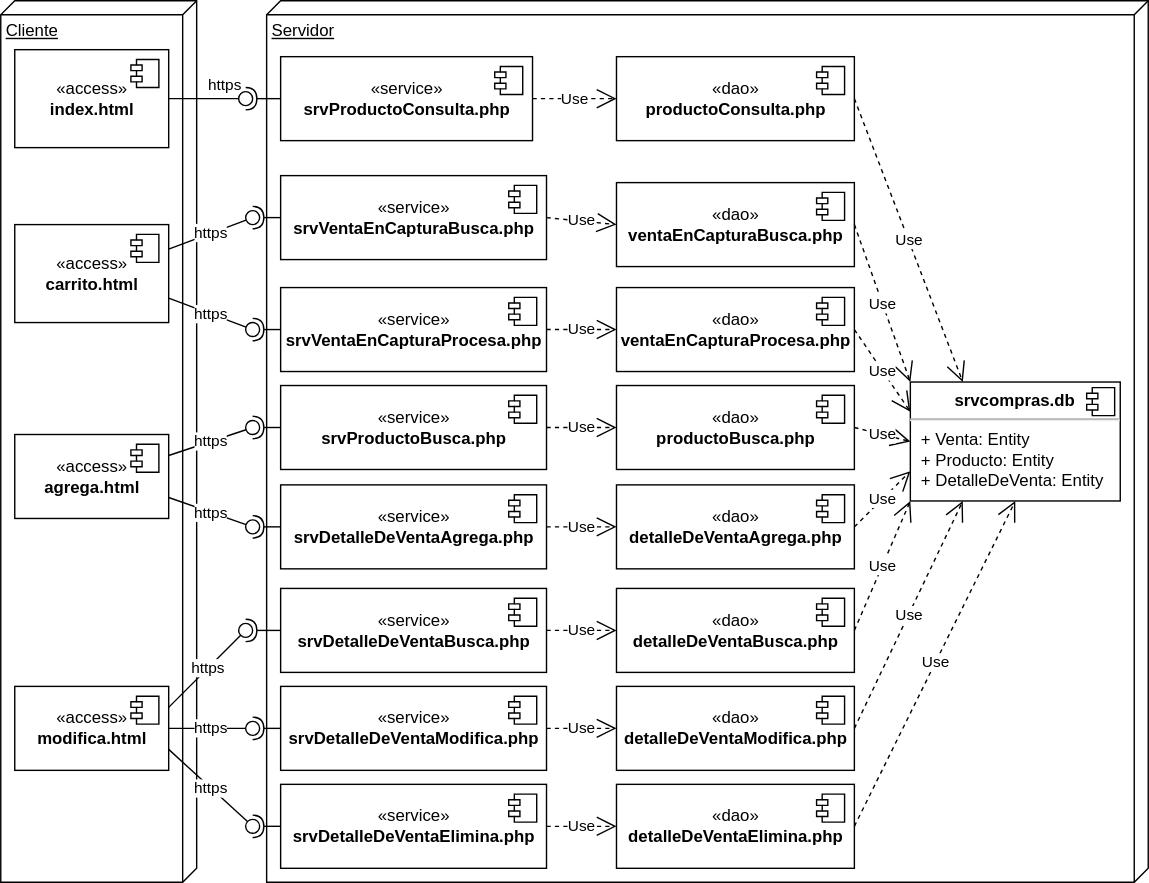
Before: img/m21compras/comprasdeploy.drawio.svg, a diagram exported from draw.io (gilpgawoas/gilpgawoas.github.io). Source tidied: cells renumbered, new cells last; positions are measured from the earlier drawing's top-left corner, leaving out a move shared by most shapes.
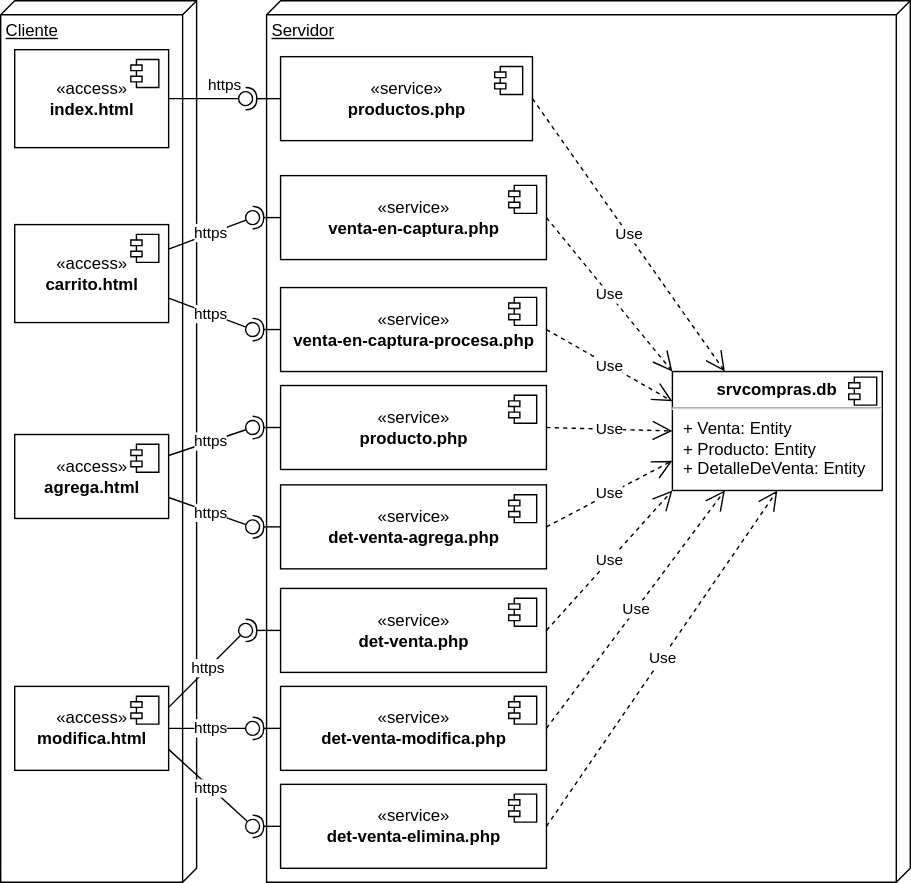
After the change.

What changed in the source:
```diff
@@ -14,9 +14,9 @@
       </mxGeometry>
     </mxCell>
     <mxCell id="5" value="Servidor" style="verticalAlign=top;align=left;spacingTop=8;spacingLeft=2;spacingRight=12;shape=cube;size=10;direction=south;fontStyle=4;html=1;" parent="1" vertex="1">
-      <mxGeometry x="190" width="630" height="630" as="geometry" />
+      <mxGeometry x="190" width="460" height="630" as="geometry" />
     </mxCell>
-    <mxCell id="6" value="«service»&lt;br&gt;&lt;b&gt;srvProductoConsulta.php&lt;/b&gt;" style="html=1;" parent="1" vertex="1">
+    <mxCell id="6" value="«service»&lt;br&gt;&lt;b&gt;productos.php&lt;/b&gt;" style="html=1;" parent="1" vertex="1">
       <mxGeometry x="200" y="40" width="180" height="60" as="geometry" />
     </mxCell>
     <mxCell id="7" style="shape=module;jettyWidth=8;jettyHeight=4;" parent="6" vertex="1">
@@ -24,70 +24,26 @@
         <mxPoint x="-27" y="7" as="offset" />
       </mxGeometry>
     </mxCell>
-    <mxCell id="8" value="«dao»&lt;br&gt;&lt;b&gt;detalleDeVentaAgrega.php&lt;/b&gt;" style="html=1;" parent="1" vertex="1">
-      <mxGeometry x="440" y="346" width="170" height="60" as="geometry" />
-    </mxCell>
-    <mxCell id="9" style="shape=module;jettyWidth=8;jettyHeight=4;" parent="8" vertex="1">
-      <mxGeometry x="1" width="20" height="20" relative="1" as="geometry">
-        <mxPoint x="-27" y="7" as="offset" />
-      </mxGeometry>
-    </mxCell>
-    <mxCell id="10" value="«dao»&lt;br&gt;&lt;b&gt;detalle&lt;/b&gt;&lt;b&gt;De&lt;/b&gt;&lt;b&gt;VentaBusca.php&lt;/b&gt;" style="html=1;" parent="1" vertex="1">
-      <mxGeometry x="440" y="420" width="170" height="60" as="geometry" />
-    </mxCell>
-    <mxCell id="11" style="shape=module;jettyWidth=8;jettyHeight=4;" parent="10" vertex="1">
-      <mxGeometry x="1" width="20" height="20" relative="1" as="geometry">
-        <mxPoint x="-27" y="7" as="offset" />
-      </mxGeometry>
-    </mxCell>
-    <mxCell id="12" value="Use" style="endArrow=open;endSize=12;dashed=1;html=1;rounded=0;entryX=0;entryY=0.5;entryDx=0;entryDy=0;exitX=1;exitY=0.5;exitDx=0;exitDy=0;" parent="1" edge="1" source="6" target="30">
-      <mxGeometry relative="1" as="geometry" />
-    </mxCell>
-    <mxCell id="13" value="Use" style="endArrow=open;endSize=12;dashed=1;html=1;rounded=0;entryX=0;entryY=0.5;entryDx=0;entryDy=0;exitX=1;exitY=0.5;exitDx=0;exitDy=0;" parent="1" edge="1" source="38" target="10">
-      <mxGeometry relative="1" as="geometry" />
-    </mxCell>
-    <mxCell id="14" value="Use" style="endArrow=open;endSize=12;dashed=1;html=1;rounded=0;exitX=1;exitY=0.5;exitDx=0;exitDy=0;entryX=0;entryY=0.75;entryDx=0;entryDy=0;" parent="1" edge="1" source="8" target="16">
+    <mxCell id="14" value="Use" style="endArrow=open;endSize=12;dashed=1;html=1;rounded=0;exitX=1;exitY=0.5;exitDx=0;exitDy=0;entryX=0;entryY=0.75;entryDx=0;entryDy=0;" parent="1" edge="1" source="36" target="16">
       <mxGeometry relative="1" as="geometry" />
     </mxCell>
-    <mxCell id="15" value="Use" style="endArrow=open;endSize=12;dashed=1;html=1;rounded=0;entryX=0;entryY=1;entryDx=0;entryDy=0;exitX=1;exitY=0.5;exitDx=0;exitDy=0;" parent="1" edge="1" source="10" target="16">
+    <mxCell id="15" value="Use" style="endArrow=open;endSize=12;dashed=1;html=1;rounded=0;entryX=0;entryY=1;entryDx=0;entryDy=0;exitX=1;exitY=0.5;exitDx=0;exitDy=0;" parent="1" edge="1" source="38" target="16">
       <mxGeometry relative="1" as="geometry" />
     </mxCell>
     <mxCell id="16" value="&lt;p style=&quot;margin:0px;margin-top:6px;text-align:center;&quot;&gt;&lt;b&gt;srvcompras.db&lt;/b&gt;&lt;/p&gt;&lt;hr&gt;&lt;p style=&quot;margin:0px;margin-left:8px;&quot;&gt;+ Venta: Entity&lt;/p&gt;&lt;p style=&quot;margin:0px;margin-left:8px;&quot;&gt;+ Producto: Entity&lt;/p&gt;&lt;p style=&quot;margin:0px;margin-left:8px;&quot;&gt;+ DetalleDeVenta: Entity&lt;/p&gt;" style="align=left;overflow=fill;html=1;" parent="1" vertex="1">
-      <mxGeometry x="650" y="272.5" width="150" height="85" as="geometry" />
+      <mxGeometry x="480" y="265" width="150" height="85" as="geometry" />
     </mxCell>
     <mxCell id="17" style="shape=component;jettyWidth=8;jettyHeight=4;" parent="16" vertex="1">
       <mxGeometry x="1" width="20" height="20" relative="1" as="geometry">
         <mxPoint x="-24" y="4" as="offset" />
       </mxGeometry>
     </mxCell>
-    <mxCell id="18" value="«dao»&lt;br&gt;&lt;b&gt;venta&lt;/b&gt;&lt;b&gt;EnCaptura&lt;/b&gt;&lt;b&gt;Busca.php&lt;/b&gt;" style="html=1;" parent="1" vertex="1">
-      <mxGeometry x="440" y="130" width="170" height="60" as="geometry" />
-    </mxCell>
-    <mxCell id="19" style="shape=module;jettyWidth=8;jettyHeight=4;" parent="18" vertex="1">
-      <mxGeometry x="1" width="20" height="20" relative="1" as="geometry">
-        <mxPoint x="-27" y="7" as="offset" />
-      </mxGeometry>
-    </mxCell>
-    <mxCell id="20" value="«dao»&lt;br&gt;&lt;b&gt;productoBusca.php&lt;/b&gt;" style="html=1;" parent="1" vertex="1">
-      <mxGeometry x="440" y="275" width="170" height="60" as="geometry" />
-    </mxCell>
-    <mxCell id="21" style="shape=module;jettyWidth=8;jettyHeight=4;" parent="20" vertex="1">
-      <mxGeometry x="1" width="20" height="20" relative="1" as="geometry">
-        <mxPoint x="-27" y="7" as="offset" />
-      </mxGeometry>
-    </mxCell>
-    <mxCell id="22" value="Use" style="endArrow=open;endSize=12;dashed=1;html=1;rounded=0;exitX=1;exitY=0.5;exitDx=0;exitDy=0;entryX=0;entryY=0;entryDx=0;entryDy=0;" parent="1" edge="1" source="18" target="16">
+    <mxCell id="22" value="Use" style="endArrow=open;endSize=12;dashed=1;html=1;rounded=0;exitX=1;exitY=0.5;exitDx=0;exitDy=0;entryX=0;entryY=0;entryDx=0;entryDy=0;" parent="1" edge="1" source="32" target="16">
       <mxGeometry relative="1" as="geometry" />
     </mxCell>
-    <mxCell id="23" value="Use" style="endArrow=open;endSize=12;dashed=1;html=1;rounded=0;exitX=1;exitY=0.5;exitDx=0;exitDy=0;entryX=0;entryY=0.5;entryDx=0;entryDy=0;" parent="1" edge="1" source="20" target="16">
+    <mxCell id="23" value="Use" style="endArrow=open;endSize=12;dashed=1;html=1;rounded=0;exitX=1;exitY=0.5;exitDx=0;exitDy=0;entryX=0;entryY=0.5;entryDx=0;entryDy=0;" parent="1" edge="1" source="34" target="16">
       <mxGeometry relative="1" as="geometry" />
     </mxCell>
-    <mxCell id="24" value="Use" style="endArrow=open;endSize=12;dashed=1;html=1;rounded=0;entryX=0;entryY=0.5;entryDx=0;entryDy=0;exitX=1;exitY=0.5;exitDx=0;exitDy=0;" parent="1" edge="1" source="34" target="20">
-      <mxGeometry relative="1" as="geometry" />
-    </mxCell>
-    <mxCell id="25" value="Use" style="endArrow=open;endSize=12;dashed=1;html=1;rounded=0;entryX=0;entryY=0.5;entryDx=0;entryDy=0;exitX=1;exitY=0.5;exitDx=0;exitDy=0;" parent="1" edge="1" source="36" target="8">
-      <mxGeometry relative="1" as="geometry" />
-    </mxCell>
     <mxCell id="26" value="«access»&lt;br&gt;&lt;b&gt;agrega.html&lt;/b&gt;" style="html=1;" parent="1" vertex="1">
       <mxGeometry x="10" y="310" width="110" height="60" as="geometry" />
     </mxCell>
@@ -104,15 +60,7 @@
         <mxPoint x="-27" y="7" as="offset" />
       </mxGeometry>
     </mxCell>
-    <mxCell id="30" value="«dao»&lt;br&gt;&lt;b&gt;productoConsulta.php&lt;/b&gt;" style="html=1;" parent="1" vertex="1">
-      <mxGeometry x="440" y="40" width="170" height="60" as="geometry" />
-    </mxCell>
-    <mxCell id="31" style="shape=module;jettyWidth=8;jettyHeight=4;" parent="30" vertex="1">
-      <mxGeometry x="1" width="20" height="20" relative="1" as="geometry">
-        <mxPoint x="-27" y="7" as="offset" />
-      </mxGeometry>
-    </mxCell>
-    <mxCell id="32" value="«service»&lt;br&gt;&lt;b&gt;srvVentaEnCapturaBusca.php&lt;/b&gt;" style="html=1;" parent="1" vertex="1">
+    <mxCell id="32" value="«service»&lt;br&gt;&lt;b&gt;venta-en-captura.php&lt;/b&gt;" style="html=1;" parent="1" vertex="1">
       <mxGeometry x="200" y="125" width="190" height="60" as="geometry" />
     </mxCell>
     <mxCell id="33" style="shape=module;jettyWidth=8;jettyHeight=4;" parent="32" vertex="1">
@@ -120,7 +68,7 @@
         <mxPoint x="-27" y="7" as="offset" />
       </mxGeometry>
     </mxCell>
-    <mxCell id="34" value="«service»&lt;br&gt;&lt;b&gt;srvProductoBusca.php&lt;/b&gt;" style="html=1;" parent="1" vertex="1">
+    <mxCell id="34" value="«service»&lt;br&gt;&lt;b&gt;producto.php&lt;/b&gt;" style="html=1;" parent="1" vertex="1">
       <mxGeometry x="200" y="275" width="190" height="60" as="geometry" />
     </mxCell>
     <mxCell id="35" style="shape=module;jettyWidth=8;jettyHeight=4;" parent="34" vertex="1">
@@ -128,7 +76,7 @@
         <mxPoint x="-27" y="7" as="offset" />
       </mxGeometry>
     </mxCell>
-    <mxCell id="36" value="«service»&lt;br&gt;&lt;b&gt;srvDetalleDeVentaAgrega.php&lt;/b&gt;" style="html=1;" parent="1" vertex="1">
+    <mxCell id="36" value="«service»&lt;br&gt;&lt;b&gt;det-venta-agrega.php&lt;/b&gt;" style="html=1;" parent="1" vertex="1">
       <mxGeometry x="200" y="346" width="190" height="60" as="geometry" />
     </mxCell>
     <mxCell id="37" style="shape=module;jettyWidth=8;jettyHeight=4;" parent="36" vertex="1">
@@ -136,7 +84,7 @@
         <mxPoint x="-27" y="7" as="offset" />
       </mxGeometry>
     </mxCell>
-    <mxCell id="38" value="«service»&lt;br&gt;&lt;b&gt;srvDetalleDeVentaBusca.php&lt;/b&gt;" style="html=1;" parent="1" vertex="1">
+    <mxCell id="38" value="«service»&lt;br&gt;&lt;b&gt;det-venta.php&lt;/b&gt;" style="html=1;" parent="1" vertex="1">
       <mxGeometry x="200" y="420" width="190" height="60" as="geometry" />
     </mxCell>
     <mxCell id="39" style="shape=module;jettyWidth=8;jettyHeight=4;" parent="38" vertex="1">
@@ -144,10 +92,7 @@
         <mxPoint x="-27" y="7" as="offset" />
       </mxGeometry>
     </mxCell>
-    <mxCell id="40" value="Use" style="endArrow=open;endSize=12;dashed=1;html=1;rounded=0;entryX=0;entryY=0.5;entryDx=0;entryDy=0;exitX=1;exitY=0.5;exitDx=0;exitDy=0;" parent="1" edge="1" source="32" target="18">
-      <mxGeometry relative="1" as="geometry" />
-    </mxCell>
-    <mxCell id="41" value="Use" style="endArrow=open;endSize=12;dashed=1;html=1;rounded=0;exitX=1;exitY=0.5;exitDx=0;exitDy=0;entryX=0.25;entryY=0;entryDx=0;entryDy=0;" parent="1" edge="1" source="30" target="16">
+    <mxCell id="41" value="Use" style="endArrow=open;endSize=12;dashed=1;html=1;rounded=0;exitX=1;exitY=0.5;exitDx=0;exitDy=0;entryX=0.25;entryY=0;entryDx=0;entryDy=0;" parent="1" edge="1" source="6" target="16">
       <mxGeometry relative="1" as="geometry" />
     </mxCell>
     <mxCell id="42" style="rounded=0;orthogonalLoop=1;jettySize=auto;html=1;endArrow=halfCircle;endFill=0;endSize=6;strokeWidth=1;sketch=0;exitX=0;exitY=0.5;exitDx=0;exitDy=0;" parent="1" edge="1">
@@ -165,7 +110,7 @@
     <mxCell id="45" style="ellipse;whiteSpace=wrap;html=1;align=center;points=[];outlineConnect=0;sketch=0;" parent="1" vertex="1">
       <mxGeometry x="170" y="65" width="10" height="10" as="geometry" />
     </mxCell>
-    <mxCell id="46" value="«service»&lt;br&gt;&lt;b&gt;srvVentaEnCapturaProcesa.php&lt;/b&gt;" style="html=1;" parent="1" vertex="1">
+    <mxCell id="46" value="«service»&lt;br&gt;&lt;b&gt;venta-en-captura-procesa.php&lt;/b&gt;" style="html=1;" parent="1" vertex="1">
       <mxGeometry x="200" y="205" width="190" height="60" as="geometry" />
     </mxCell>
     <mxCell id="47" style="shape=module;jettyWidth=8;jettyHeight=4;" parent="46" vertex="1">
@@ -173,12 +118,9 @@
         <mxPoint x="-27" y="7" as="offset" />
       </mxGeometry>
     </mxCell>
-    <mxCell id="48" value="Use" style="endArrow=open;endSize=12;dashed=1;html=1;rounded=0;exitX=1;exitY=0.5;exitDx=0;exitDy=0;entryX=0;entryY=0.25;entryDx=0;entryDy=0;" parent="1" edge="1" source="63" target="16">
+    <mxCell id="48" value="Use" style="endArrow=open;endSize=12;dashed=1;html=1;rounded=0;exitX=1;exitY=0.5;exitDx=0;exitDy=0;entryX=0;entryY=0.25;entryDx=0;entryDy=0;" parent="1" edge="1" source="46" target="16">
       <mxGeometry relative="1" as="geometry" />
     </mxCell>
-    <mxCell id="49" value="Use" style="endArrow=open;endSize=12;dashed=1;html=1;rounded=0;entryX=0;entryY=0.5;entryDx=0;entryDy=0;exitX=1;exitY=0.5;exitDx=0;exitDy=0;" parent="1" edge="1" source="46" target="63">
-      <mxGeometry relative="1" as="geometry" />
-    </mxCell>
     <mxCell id="50" style="ellipse;whiteSpace=wrap;html=1;align=center;fillColor=none;strokeColor=none;perimeter=centerPerimeter;" parent="1" vertex="1">
       <mxGeometry x="395" y="410" width="10" height="10" as="geometry" />
     </mxCell>
@@ -224,14 +166,6 @@
     <mxCell id="62" style="ellipse;whiteSpace=wrap;html=1;align=center;fillColor=none;strokeColor=none;perimeter=centerPerimeter;points=[];outlineConnect=1;" parent="1" vertex="1">
       <mxGeometry x="175" y="230" width="10" height="10" as="geometry" />
     </mxCell>
-    <mxCell id="63" value="«dao»&lt;br&gt;&lt;b&gt;venta&lt;/b&gt;&lt;b&gt;EnCaptura&lt;/b&gt;&lt;b&gt;Procesa.php&lt;/b&gt;" style="html=1;" parent="1" vertex="1">
-      <mxGeometry x="440" y="205" width="170" height="60" as="geometry" />
-    </mxCell>
-    <mxCell id="64" style="shape=module;jettyWidth=8;jettyHeight=4;" parent="63" vertex="1">
-      <mxGeometry x="1" width="20" height="20" relative="1" as="geometry">
-        <mxPoint x="-27" y="7" as="offset" />
-      </mxGeometry>
-    </mxCell>
     <mxCell id="65" style="rounded=0;jettySize=auto;html=1;endArrow=halfCircle;endFill=0;endSize=6;strokeWidth=1;sketch=0;" parent="1" edge="1" target="67">
       <mxGeometry relative="1" as="geometry">
         <mxPoint x="200" y="305" as="sourcePoint" />
@@ -254,7 +188,7 @@
     <mxCell id="70" style="ellipse;whiteSpace=wrap;html=1;align=center;fillColor=none;strokeColor=none;perimeter=centerPerimeter;points=[];outlineConnect=1;" parent="1" vertex="1">
       <mxGeometry x="175" y="371" width="10" height="10" as="geometry" />
     </mxCell>
-    <mxCell id="71" value="«service»&lt;br&gt;&lt;b&gt;srvDetalleDeVentaModifica.php&lt;/b&gt;" style="html=1;" parent="1" vertex="1">
+    <mxCell id="71" value="«service»&lt;br&gt;&lt;b&gt;det-venta-modifica.php&lt;/b&gt;" style="html=1;" parent="1" vertex="1">
       <mxGeometry x="200" y="490" width="190" height="60" as="geometry" />
     </mxCell>
     <mxCell id="72" style="shape=module;jettyWidth=8;jettyHeight=4;" parent="71" vertex="1">
@@ -262,7 +196,7 @@
         <mxPoint x="-27" y="7" as="offset" />
       </mxGeometry>
     </mxCell>
-    <mxCell id="73" value="«service»&lt;br&gt;&lt;b&gt;srvDetalleDeVentaElimina.php&lt;/b&gt;" style="html=1;" parent="1" vertex="1">
+    <mxCell id="73" value="«service»&lt;br&gt;&lt;b&gt;det-venta-elimina.php&lt;/b&gt;" style="html=1;" parent="1" vertex="1">
       <mxGeometry x="200" y="560" width="190" height="60" as="geometry" />
     </mxCell>
     <mxCell id="74" style="shape=module;jettyWidth=8;jettyHeight=4;" parent="73" vertex="1">
@@ -270,32 +204,10 @@
         <mxPoint x="-27" y="7" as="offset" />
       </mxGeometry>
     </mxCell>
-    <mxCell id="75" value="«dao»&lt;br&gt;&lt;b&gt;detalle&lt;/b&gt;&lt;b&gt;De&lt;/b&gt;&lt;b&gt;VentaModifica.php&lt;/b&gt;" style="html=1;" parent="1" vertex="1">
-      <mxGeometry x="440" y="490" width="170" height="60" as="geometry" />
-    </mxCell>
-    <mxCell id="76" style="shape=module;jettyWidth=8;jettyHeight=4;" parent="75" vertex="1">
-      <mxGeometry x="1" width="20" height="20" relative="1" as="geometry">
-        <mxPoint x="-27" y="7" as="offset" />
-      </mxGeometry>
-    </mxCell>
-    <mxCell id="77" value="«dao»&lt;br&gt;&lt;b&gt;detalle&lt;/b&gt;&lt;b&gt;De&lt;/b&gt;&lt;b&gt;VentaElimina.php&lt;/b&gt;" style="html=1;" parent="1" vertex="1">
-      <mxGeometry x="440" y="560" width="170" height="60" as="geometry" />
-    </mxCell>
-    <mxCell id="78" style="shape=module;jettyWidth=8;jettyHeight=4;" parent="77" vertex="1">
-      <mxGeometry x="1" width="20" height="20" relative="1" as="geometry">
-        <mxPoint x="-27" y="7" as="offset" />
-      </mxGeometry>
-    </mxCell>
-    <mxCell id="79" value="Use" style="endArrow=open;endSize=12;dashed=1;html=1;rounded=0;entryX=0;entryY=0.5;entryDx=0;entryDy=0;exitX=1;exitY=0.5;exitDx=0;exitDy=0;" parent="1" edge="1" source="71" target="75">
-      <mxGeometry relative="1" as="geometry" />
-    </mxCell>
-    <mxCell id="80" value="Use" style="endArrow=open;endSize=12;dashed=1;html=1;rounded=0;entryX=0;entryY=0.5;entryDx=0;entryDy=0;exitX=1;exitY=0.5;exitDx=0;exitDy=0;" parent="1" edge="1" source="73" target="77">
-      <mxGeometry relative="1" as="geometry" />
-    </mxCell>
-    <mxCell id="81" value="Use" style="endArrow=open;endSize=12;dashed=1;html=1;rounded=0;entryX=0.25;entryY=1;entryDx=0;entryDy=0;exitX=1;exitY=0.5;exitDx=0;exitDy=0;" parent="1" edge="1" source="75" target="16">
+    <mxCell id="81" value="Use" style="endArrow=open;endSize=12;dashed=1;html=1;rounded=0;entryX=0.25;entryY=1;entryDx=0;entryDy=0;exitX=1;exitY=0.5;exitDx=0;exitDy=0;" parent="1" edge="1" source="71" target="16">
       <mxGeometry relative="1" as="geometry" />
     </mxCell>
-    <mxCell id="82" value="Use" style="endArrow=open;endSize=12;dashed=1;html=1;rounded=0;exitX=1;exitY=0.5;exitDx=0;exitDy=0;entryX=0.5;entryY=1;entryDx=0;entryDy=0;" parent="1" edge="1" source="77" target="16">
+    <mxCell id="82" value="Use" style="endArrow=open;endSize=12;dashed=1;html=1;rounded=0;exitX=1;exitY=0.5;exitDx=0;exitDy=0;entryX=0.5;entryY=1;entryDx=0;entryDy=0;" parent="1" edge="1" source="73" target="16">
       <mxGeometry relative="1" as="geometry" />
     </mxCell>
     <mxCell id="83" style="rounded=0;jettySize=auto;html=1;endArrow=halfCircle;endFill=0;endSize=6;strokeWidth=1;sketch=0;exitX=0;exitY=0.5;exitDx=0;exitDy=0;" parent="1" edge="1" source="38" target="85">
```
